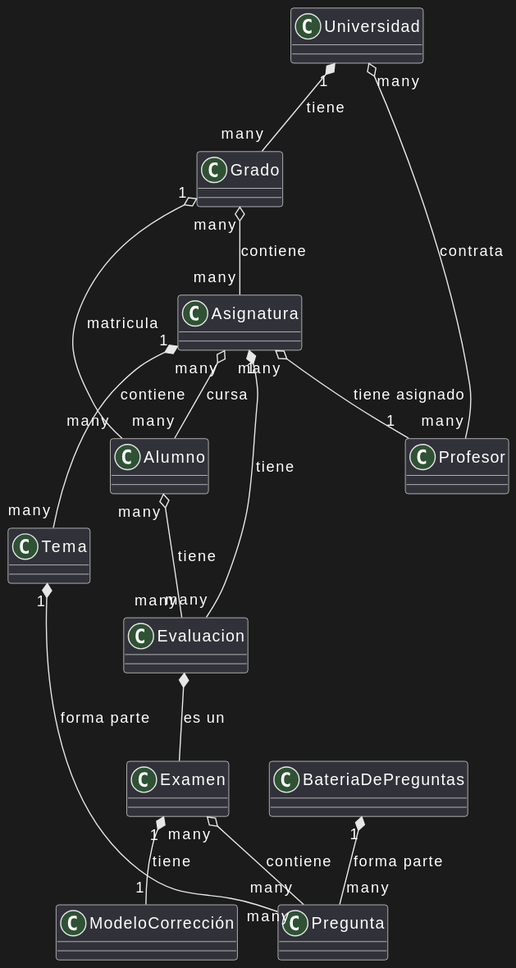
Earlier version of the PlantUML export documents/modelos/diagramas/diagramaEntidad/diagramaEntidad.svg (martinlopez7/25-26-IdSw1-SdR).
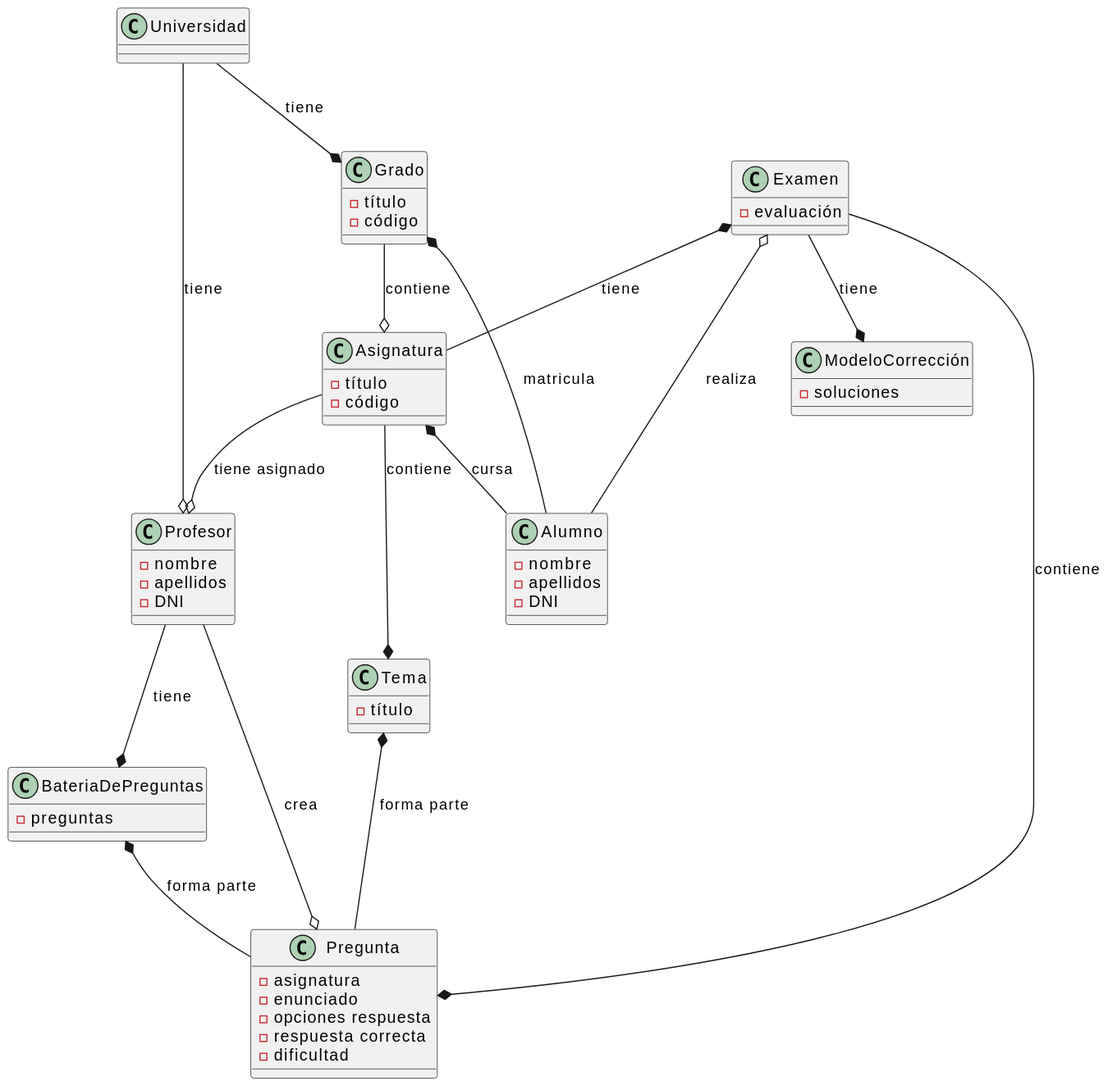
Above is the later version.

Commit message:
fix(mdd): corrige algunas relaciones, actualiza el markdown explicativo y actualiza la imagen del diagrama [refs #16]

Diff of the diagram source:
```diff
@@ -1,29 +1,56 @@
 @startuml
+class Examen{
+ - evaluación
+}
+class Asignatura{
+ - título
+ - código
+}
+class Tema{
+ - título
+}
+class Pregunta{
+ - asignatura
+ - enunciado
+ - opciones respuesta
+ - respuesta correcta
+ - dificultad
+}
+class BateriaDePreguntas{
+ - preguntas
+}
+class ModeloCorrección{
+ - soluciones
+}
+class Grado{
+ - título
+ - código
+}
 class Universidad
-class Profesor
-class Grado
-class Asignatura
-class Alumno
-class Pregunta
-class Evaluacion
-class Examen
-class Tema
-class BateriaDePreguntas
-Class ModeloCorrección
+class Profesor{
+ - nombre
+ - apellidos
+ - DNI
+}
+class Alumno{
+ - nombre
+ - apellidos
+ - DNI
+}
 
-
-Universidad "1" *-- "many" Grado : tiene
-Universidad "many" o-- "many" Profesor : contrata
-Grado "1" o-- "many" Alumno : matricula
-Grado "many" o-- "many" Asignatura : contiene
-Asignatura "many" o-- "1" Profesor : tiene asignado
-Asignatura "many" o-- "many" Alumno : cursa
-Asignatura "1" *-- "many" Evaluacion : tiene
-Evaluacion *-- Examen : es un
-Examen "many" o-- "many" Pregunta : contiene
-Asignatura "1" *-- "many" Tema : contiene
-Tema "1" *-- "many" Pregunta : forma parte
-Alumno "many" o-- "many" Evaluacion : tiene
-BateriaDePreguntas "1" *-- "many" Pregunta : forma parte
-Examen "1" *-- "1" ModeloCorrección : tiene
+Universidad --* Grado : tiene
+Universidad --o Profesor : tiene
+Grado *-- Alumno : matricula
+Grado --o Asignatura : contiene
+Asignatura --o Profesor : tiene asignado
+Asignatura *-- Alumno : cursa
+Examen *-- Asignatura : tiene
+Examen --* Pregunta : contiene
+Asignatura --* Tema : contiene
+Tema *-- Pregunta : forma parte
+Alumno --o Examen : realiza
+BateriaDePreguntas *-- Pregunta : forma parte
+Examen --* ModeloCorrección : tiene
+Profesor --* BateriaDePreguntas : tiene
+Profesor --o Pregunta : crea
 @enduml
```
